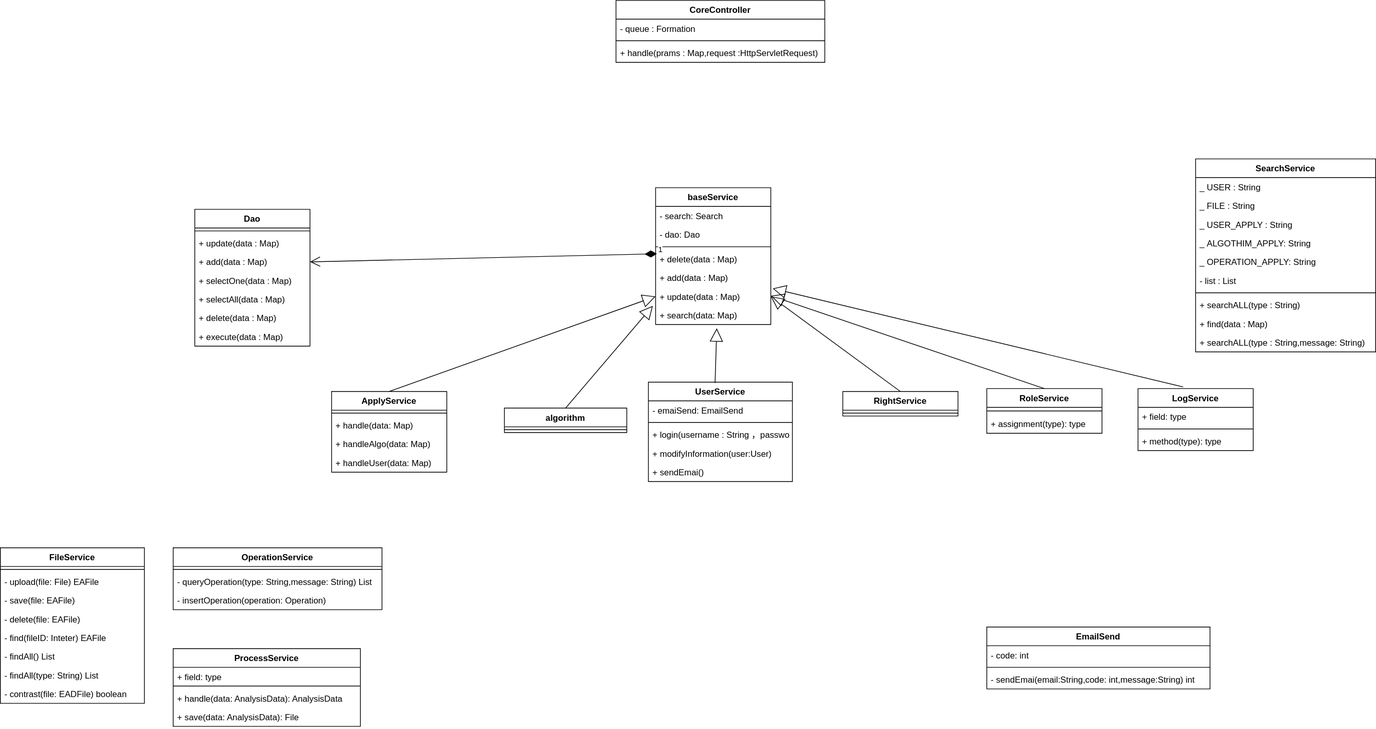
Earlier version of the draw.io export structure.svg (JDsen99/UML). Source tidied: cells renumbered, new cells last; positions are measured from the earlier drawing's top-left corner, leaving out a move shared by most shapes.
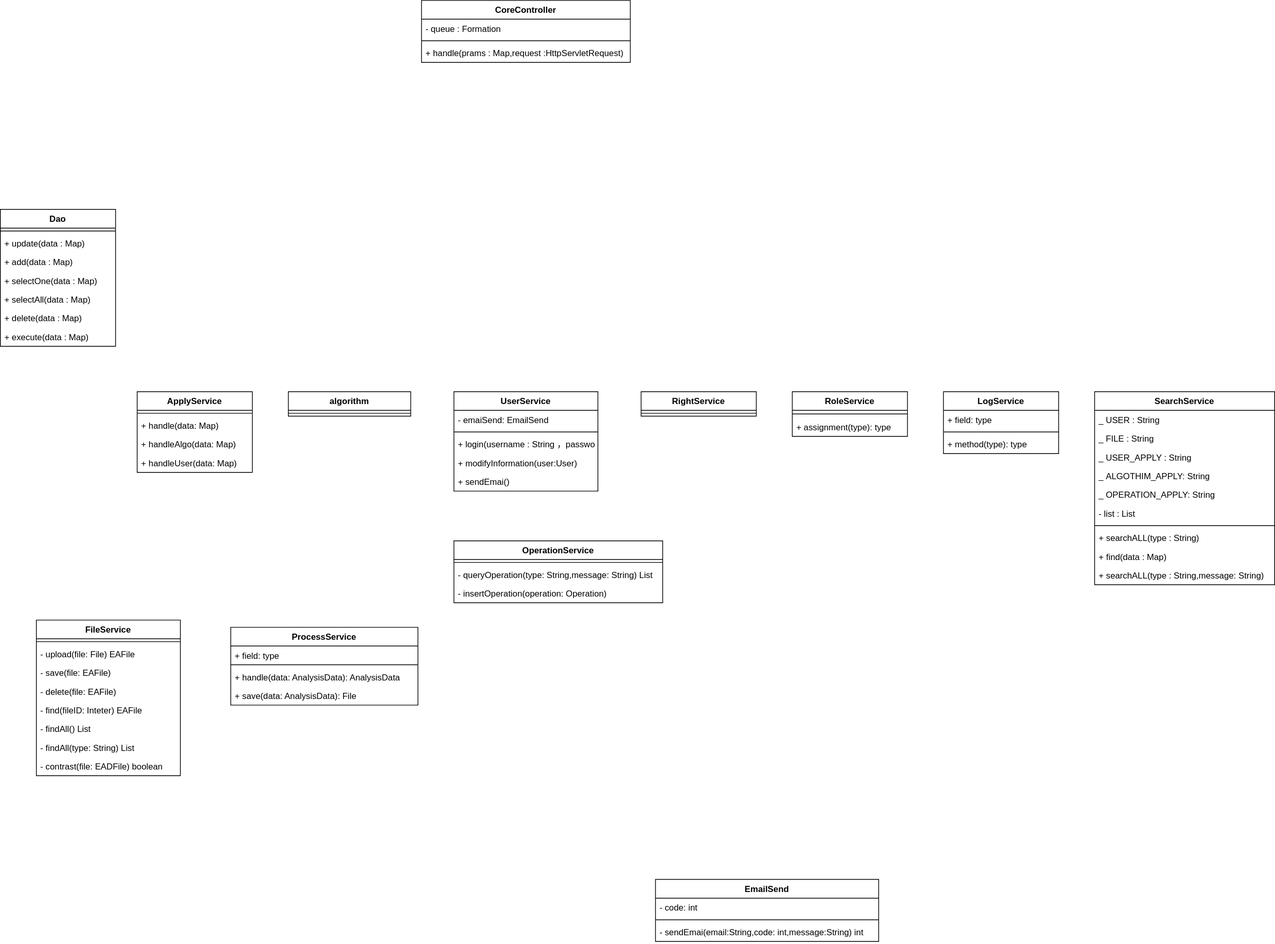
Later version of the same file.

What changed in the source:
```diff
@@ -15,7 +15,7 @@
       <mxGeometry y="60" width="290" height="26" as="geometry" />
     </mxCell>
     <mxCell id="6" value="EmailSend" style="swimlane;fontStyle=1;align=center;verticalAlign=top;horizontal=1;startSize=26;" parent="1" vertex="1">
-      <mxGeometry x="1370" y="870" width="310" height="86" as="geometry" />
+      <mxGeometry x="1180" y="1220" width="310" height="86" as="geometry" />
     </mxCell>
     <mxCell id="7" value="- code: int" style="text;strokeColor=none;fillColor=none;align=left;verticalAlign=top;spacingLeft=4;spacingRight=4;overflow=hidden;" parent="6" vertex="1">
       <mxGeometry y="26" width="310" height="26" as="geometry" />
@@ -27,7 +27,7 @@
       <mxGeometry y="60" width="310" height="26" as="geometry" />
     </mxCell>
     <mxCell id="10" value="SearchService" style="swimlane;fontStyle=1;align=center;verticalAlign=top;horizontal=1;startSize=26;shadow=0;rounded=0;sketch=0;glass=0;" parent="1" vertex="1">
-      <mxGeometry x="1660" y="220" width="250" height="268" as="geometry" />
+      <mxGeometry x="1790" y="543" width="250" height="268" as="geometry" />
     </mxCell>
     <mxCell id="11" value="_ USER : String" style="text;strokeColor=none;fillColor=none;align=left;verticalAlign=top;spacingLeft=4;spacingRight=4;overflow=hidden;rounded=0;shadow=0;glass=0;sketch=0;" parent="10" vertex="1">
       <mxGeometry y="26" width="250" height="26" as="geometry" />
@@ -60,7 +60,7 @@
       <mxGeometry y="242" width="250" height="26" as="geometry" />
     </mxCell>
     <mxCell id="21" value="UserService" style="swimlane;fontStyle=1;align=center;verticalAlign=top;horizontal=1;startSize=26;rounded=0;shadow=0;glass=0;sketch=0;" parent="1" vertex="1">
-      <mxGeometry x="900" y="530" width="200" height="138" as="geometry" />
+      <mxGeometry x="900" y="543" width="200" height="138" as="geometry" />
     </mxCell>
     <mxCell id="22" value="- emaiSend: EmailSend" style="text;strokeColor=none;fillColor=none;align=left;verticalAlign=top;spacingLeft=4;spacingRight=4;overflow=hidden;rounded=0;shadow=0;glass=0;sketch=0;" parent="21" vertex="1">
       <mxGeometry y="26" width="200" height="26" as="geometry" />
@@ -78,44 +78,11 @@
       <mxGeometry y="112" width="200" height="26" as="geometry" />
     </mxCell>
     <mxCell id="27" value="algorithm" style="swimlane;fontStyle=1;align=center;verticalAlign=top;horizontal=1;startSize=26;rounded=0;shadow=0;glass=0;sketch=0;" parent="1" vertex="1">
-      <mxGeometry x="700" y="566" width="170" height="34" as="geometry" />
+      <mxGeometry x="670" y="543" width="170" height="34" as="geometry" />
     </mxCell>
     <mxCell id="28" style="line;strokeWidth=1;fillColor=none;align=left;verticalAlign=middle;spacingTop=-1;spacingLeft=3;spacingRight=3;labelPosition=right;" parent="27" vertex="1">
       <mxGeometry y="26" width="170" height="8" as="geometry" />
     </mxCell>
-    <mxCell id="29" value="baseService" style="swimlane;fontStyle=1;align=center;verticalAlign=top;horizontal=1;startSize=26;rounded=0;shadow=0;glass=0;sketch=0;" parent="1" vertex="1">
-      <mxGeometry x="910" y="260" width="160" height="190" as="geometry" />
-    </mxCell>
-    <mxCell id="30" value="- search: Search" style="text;strokeColor=none;fillColor=none;align=left;verticalAlign=top;spacingLeft=4;spacingRight=4;overflow=hidden;rounded=0;shadow=0;glass=0;sketch=0;" parent="29" vertex="1">
-      <mxGeometry y="26" width="160" height="26" as="geometry" />
-    </mxCell>
-    <mxCell id="31" value="- dao: Dao" style="text;strokeColor=none;fillColor=none;align=left;verticalAlign=top;spacingLeft=4;spacingRight=4;overflow=hidden;rounded=0;shadow=0;glass=0;sketch=0;" parent="29" vertex="1">
-      <mxGeometry y="52" width="160" height="26" as="geometry" />
-    </mxCell>
-    <mxCell id="32" style="line;strokeWidth=1;fillColor=none;align=left;verticalAlign=middle;spacingTop=-1;spacingLeft=3;spacingRight=3;labelPosition=right;" parent="29" vertex="1">
-      <mxGeometry y="78" width="160" height="8" as="geometry" />
-    </mxCell>
-    <mxCell id="33" value="+ delete(data : Map)" style="text;strokeColor=none;fillColor=none;align=left;verticalAlign=top;spacingLeft=4;spacingRight=4;overflow=hidden;points=[[0,0.5],[1,0.5]];portConstraint=eastwest;" parent="29" vertex="1">
-      <mxGeometry y="86" width="160" height="26" as="geometry" />
-    </mxCell>
-    <mxCell id="34" value="+ add(data : Map)" style="text;strokeColor=none;fillColor=none;align=left;verticalAlign=top;spacingLeft=4;spacingRight=4;overflow=hidden;" parent="29" vertex="1">
-      <mxGeometry y="112" width="160" height="26" as="geometry" />
-    </mxCell>
-    <mxCell id="35" value="+ update(data : Map)" style="text;strokeColor=none;fillColor=none;align=left;verticalAlign=top;spacingLeft=4;spacingRight=4;overflow=hidden;points=[[0,0.5],[1,0.5]];portConstraint=eastwest;" parent="29" vertex="1">
-      <mxGeometry y="138" width="160" height="26" as="geometry" />
-    </mxCell>
-    <mxCell id="36" value="+ search(data: Map)" style="text;strokeColor=none;fillColor=none;align=left;verticalAlign=top;spacingLeft=4;spacingRight=4;overflow=hidden;points=[[0,0.5],[1,0.5]];portConstraint=eastwest;" parent="29" vertex="1">
-      <mxGeometry y="164" width="160" height="26" as="geometry" />
-    </mxCell>
-    <mxCell id="37" style="endArrow=block;endSize=16;endFill=0;html=1;exitX=0.463;exitY=0.009;exitDx=0;exitDy=0;exitPerimeter=0;entryX=0.531;entryY=1.2;entryDx=0;entryDy=0;entryPerimeter=0;" parent="1" edge="1" source="21" target="36">
-      <mxGeometry relative="1" as="geometry" />
-    </mxCell>
-    <mxCell id="38" style="endArrow=block;endSize=16;endFill=0;html=1;entryX=-0.024;entryY=0;entryDx=0;entryDy=0;entryPerimeter=0;exitX=0.5;exitY=0;exitDx=0;exitDy=0;" parent="1" edge="1" source="27" target="36">
-      <mxGeometry relative="1" as="geometry" />
-    </mxCell>
-    <mxCell id="39" style="endArrow=block;endSize=16;endFill=0;html=1;entryX=0;entryY=0.5;entryDx=0;entryDy=0;exitX=0.5;exitY=0;exitDx=0;exitDy=0;" parent="1" edge="1" source="40" target="35">
-      <mxGeometry relative="1" as="geometry" />
-    </mxCell>
     <mxCell id="40" value="ApplyService" style="swimlane;fontStyle=1;align=center;verticalAlign=top;horizontal=1;startSize=26;rounded=0;shadow=0;glass=0;sketch=0;" parent="1" vertex="1">
       <mxGeometry x="460" y="543" width="160" height="112" as="geometry" />
     </mxCell>
@@ -132,7 +99,7 @@
       <mxGeometry y="86" width="160" height="26" as="geometry" />
     </mxCell>
     <mxCell id="45" value="ProcessService" style="swimlane;fontStyle=1;align=center;verticalAlign=top;horizontal=1;startSize=26;rounded=0;shadow=0;glass=0;sketch=0;" parent="1" vertex="1">
-      <mxGeometry x="240" y="900" width="260" height="108" as="geometry" />
+      <mxGeometry x="590" y="870" width="260" height="108" as="geometry" />
     </mxCell>
     <mxCell id="46" value="+ field: type" style="text;strokeColor=none;fillColor=none;align=left;verticalAlign=top;spacingLeft=4;spacingRight=4;overflow=hidden;" parent="45" vertex="1">
       <mxGeometry y="26" width="260" height="22" as="geometry" />
@@ -147,13 +114,13 @@
       <mxGeometry y="82" width="260" height="26" as="geometry" />
     </mxCell>
     <mxCell id="50" value="RightService" style="swimlane;fontStyle=1;align=center;verticalAlign=top;horizontal=1;startSize=26;" parent="1" vertex="1">
-      <mxGeometry x="1170" y="543" width="160" height="34" as="geometry" />
+      <mxGeometry x="1160" y="543" width="160" height="34" as="geometry" />
     </mxCell>
     <mxCell id="51" style="line;strokeWidth=1;fillColor=none;align=left;verticalAlign=middle;spacingTop=-1;spacingLeft=3;spacingRight=3;labelPosition=right;" parent="50" vertex="1">
       <mxGeometry y="26" width="160" height="8" as="geometry" />
     </mxCell>
     <mxCell id="52" value="RoleService" style="swimlane;fontStyle=1;align=center;verticalAlign=top;horizontal=1;startSize=26;" parent="1" vertex="1">
-      <mxGeometry x="1370" y="539" width="160" height="62" as="geometry" />
+      <mxGeometry x="1370" y="543" width="160" height="62" as="geometry" />
     </mxCell>
     <mxCell id="53" style="line;strokeWidth=1;fillColor=none;align=left;verticalAlign=middle;spacingTop=-1;spacingLeft=3;spacingRight=3;labelPosition=right;" parent="52" vertex="1">
       <mxGeometry y="26" width="160" height="10" as="geometry" />
@@ -185,11 +152,8 @@
     <mxCell id="62" value="+ execute(data : Map)" style="text;strokeColor=none;fillColor=none;align=left;verticalAlign=top;spacingLeft=4;spacingRight=4;overflow=hidden;" parent="55" vertex="1">
       <mxGeometry y="164" width="160" height="26" as="geometry" />
     </mxCell>
-    <mxCell id="63" value="1" style="endArrow=open;html=1;endSize=12;startArrow=diamondThin;startSize=14;startFill=1;align=left;verticalAlign=bottom;exitX=0.011;exitY=0.223;exitDx=0;exitDy=0;exitPerimeter=0;entryX=1;entryY=0.5;entryDx=0;entryDy=0;" parent="1" edge="1" source="33" target="58">
-      <mxGeometry x="-1" y="3" relative="1" as="geometry" />
-    </mxCell>
     <mxCell id="64" value="LogService" style="swimlane;fontStyle=1;align=center;verticalAlign=top;horizontal=1;startSize=26;" parent="1" vertex="1">
-      <mxGeometry x="1580" y="539" width="160" height="86" as="geometry" />
+      <mxGeometry x="1580" y="543" width="160" height="86" as="geometry" />
     </mxCell>
     <mxCell id="65" value="+ field: type" style="text;strokeColor=none;fillColor=none;align=left;verticalAlign=top;spacingLeft=4;spacingRight=4;overflow=hidden;" parent="64" vertex="1">
       <mxGeometry y="26" width="160" height="26" as="geometry" />
@@ -200,19 +164,8 @@
     <mxCell id="67" value="+ method(type): type" style="text;strokeColor=none;fillColor=none;align=left;verticalAlign=top;spacingLeft=4;spacingRight=4;overflow=hidden;" parent="64" vertex="1">
       <mxGeometry y="60" width="160" height="26" as="geometry" />
     </mxCell>
-    <mxCell id="68" style="endArrow=block;endSize=16;endFill=0;html=1;exitX=0.5;exitY=0;exitDx=0;exitDy=0;entryX=1;entryY=0.5;entryDx=0;entryDy=0;" parent="1" edge="1" source="50" target="35">
-      <mxGeometry relative="1" as="geometry" />
-    </mxCell>
-    <mxCell id="69" style="endArrow=block;endSize=16;endFill=0;html=1;entryX=1.017;entryY=0.077;entryDx=0;entryDy=0;entryPerimeter=0;exitX=0.392;exitY=-0.027;exitDx=0;exitDy=0;exitPerimeter=0;" parent="1" edge="1" source="64" target="35">
-      <mxGeometry relative="1" as="geometry" />
-    </mxCell>
-    <mxCell id="70" style="endArrow=block;endSize=16;endFill=0;html=1;exitX=0.5;exitY=0;exitDx=0;exitDy=0;" parent="1" edge="1" source="52">
-      <mxGeometry relative="1" as="geometry">
-        <mxPoint x="1070" y="410" as="targetPoint" />
-      </mxGeometry>
-    </mxCell>
     <mxCell id="71" value="FileService" style="swimlane;fontStyle=1;align=center;verticalAlign=top;horizontal=1;startSize=26;rounded=0;shadow=0;glass=0;sketch=0;" parent="1" vertex="1">
-      <mxGeometry y="760" width="200" height="216" as="geometry" />
+      <mxGeometry x="320" y="860" width="200" height="216" as="geometry" />
     </mxCell>
     <mxCell id="72" style="line;strokeWidth=1;fillColor=none;align=left;verticalAlign=middle;spacingTop=-1;spacingLeft=3;spacingRight=3;labelPosition=right;" parent="71" vertex="1">
       <mxGeometry y="26" width="200" height="8" as="geometry" />
@@ -239,7 +192,7 @@
       <mxGeometry y="190" width="200" height="26" as="geometry" />
     </mxCell>
     <mxCell id="80" value="OperationService" style="swimlane;fontStyle=1;align=center;verticalAlign=top;horizontal=1;startSize=26;rounded=0;shadow=0;glass=0;sketch=0;" parent="1" vertex="1">
-      <mxGeometry x="240" y="760" width="290" height="86" as="geometry" />
+      <mxGeometry x="900" y="750" width="290" height="86" as="geometry" />
     </mxCell>
     <mxCell id="81" style="line;strokeWidth=1;fillColor=none;align=left;verticalAlign=middle;spacingTop=-1;spacingLeft=3;spacingRight=3;labelPosition=right;" parent="80" vertex="1">
       <mxGeometry y="26" width="290" height="8" as="geometry" />
```
